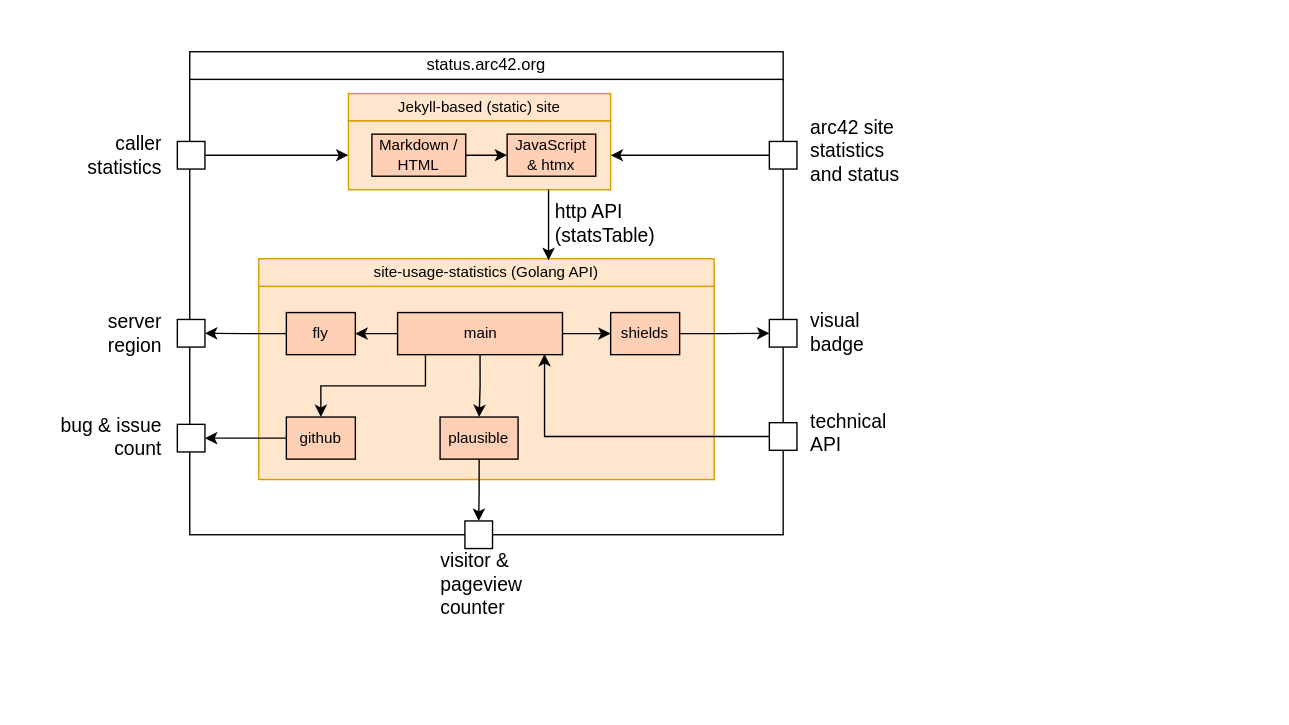
Earlier version of the draw.io diagram docs/5-building-blocks-status-arc42-org.drawio (arc42/status.arc42.org-site). Source tidied: cells renumbered, new cells numbered last; positions are measured from the earlier drawing's top-left corner, leaving out a move shared by most shapes. Both pictures are drawn from the tidied source at 138%, with x=0, y=0 at pixel (23, 23). Pictures stored in the file or linked from it are replaced by grey dashed boxes.
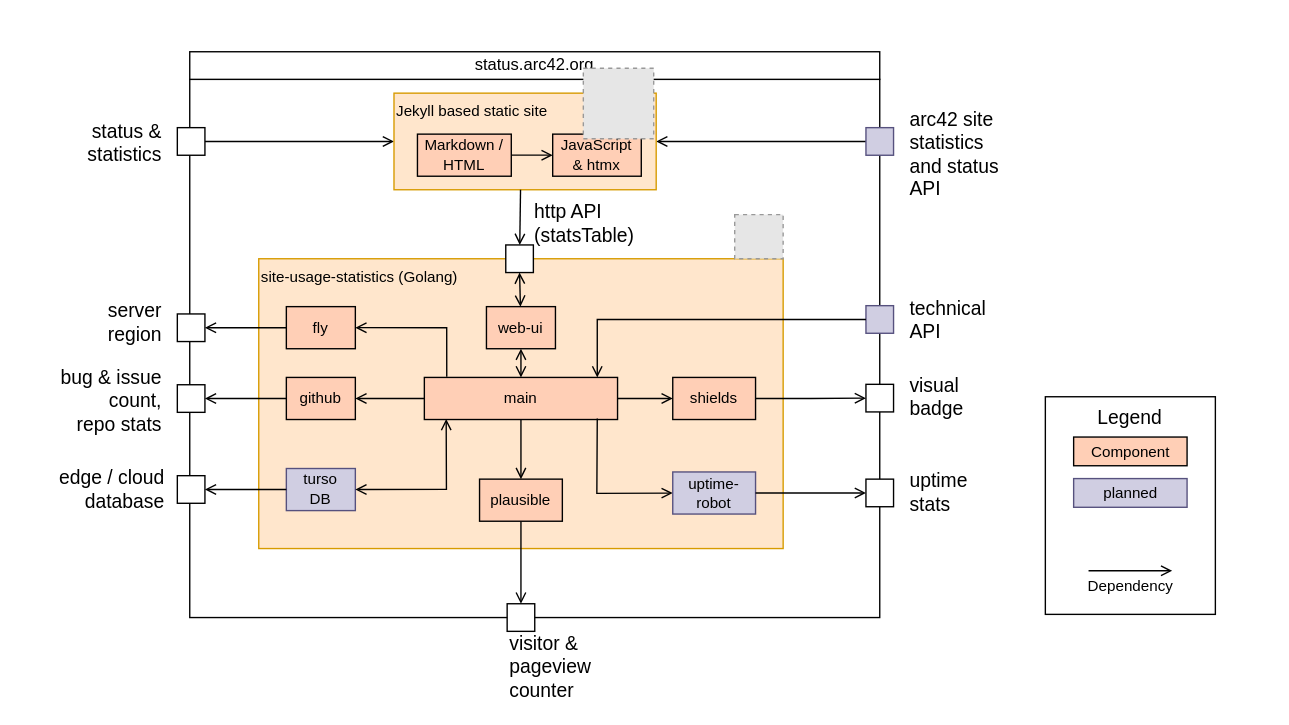
The same diagram, later.

The edit, as a diff of the source:
```diff
@@
     <mxCell id="2" style="rounded=0;whiteSpace=wrap;html=1;strokeColor=none;" parent="1" vertex="1">
-      <mxGeometry width="640" height="440" as="geometry" />
+      <mxGeometry x="20" width="880" height="440" as="geometry" />
     </mxCell>
     <mxCell id="3" style="rounded=0;whiteSpace=wrap;html=1;" parent="1" vertex="1">
-      <mxGeometry x="120" y="40" width="430" height="330" as="geometry" />
+      <mxGeometry x="120" y="40" width="500" height="390" as="geometry" />
     </mxCell>
     <mxCell id="4" style="whiteSpace=wrap;html=1;" parent="1" vertex="1">
-      <mxGeometry x="540" y="214" width="20" height="20" as="geometry" />
+      <mxGeometry x="610" y="261" width="20" height="20" as="geometry" />
     </mxCell>
-    <mxCell id="5" style="edgeStyle=orthogonalEdgeStyle;rounded=0;jettySize=auto;html=1;" parent="1" edge="1" source="6" target="17">
+    <mxCell id="5" style="rounded=0;jettySize=auto;html=1;endArrow=open;endFill=0;entryX=1;entryY=0.5;entryDx=0;entryDy=0;" parent="1" edge="1" source="6" target="17">
       <mxGeometry relative="1" as="geometry" />
     </mxCell>
-    <mxCell id="6" style="whiteSpace=wrap;html=1;" parent="1" vertex="1">
-      <mxGeometry x="540" y="85" width="20" height="20" as="geometry" />
+    <mxCell id="6" style="whiteSpace=wrap;html=1;fillColor=#d0cee2;strokeColor=#56517e;" parent="1" vertex="1">
+      <mxGeometry x="610" y="75" width="20" height="20" as="geometry" />
     </mxCell>
     <mxCell id="7" style="whiteSpace=wrap;html=1;" parent="1" vertex="1">
-      <mxGeometry x="111" y="290" width="20" height="20" as="geometry" />
+      <mxGeometry x="111" y="261.3" width="20" height="20" as="geometry" />
     </mxCell>
     <mxCell id="8" style="whiteSpace=wrap;html=1;" parent="1" vertex="1">
-      <mxGeometry x="111" y="214" width="20" height="20" as="geometry" />
+      <mxGeometry x="111" y="210" width="20" height="20" as="geometry" />
     </mxCell>
-    <mxCell id="9" value="&lt;font style=&quot;font-size: 14px;&quot;&gt;bug &amp;amp; issue&lt;br&gt;count&lt;br&gt;&lt;/font&gt;" style="text;html=1;strokeColor=none;fillColor=none;align=right;verticalAlign=middle;whiteSpace=wrap;rounded=0;fontSize=14;fontFamily=Mark Pro;" parent="1" vertex="1">
-      <mxGeometry x="10" y="284.7" width="91.6" height="28" as="geometry" />
+    <mxCell id="9" value="&lt;font style=&quot;font-size: 14px;&quot;&gt;bug &amp;amp; issue&lt;br&gt;count,&lt;br&gt;repo stats&lt;br&gt;&lt;/font&gt;" style="text;html=1;strokeColor=none;fillColor=none;align=right;verticalAlign=middle;whiteSpace=wrap;rounded=0;fontSize=14;fontFamily=Mark Pro;" parent="1" vertex="1">
+      <mxGeometry x="10" y="258.5" width="91.6" height="28" as="geometry" />
     </mxCell>
     <mxCell id="10" value="&lt;font style=&quot;font-size: 14px;&quot;&gt;server&lt;br&gt;region&lt;br&gt;&lt;/font&gt;" style="text;html=1;strokeColor=none;fillColor=none;align=right;verticalAlign=middle;whiteSpace=wrap;rounded=0;fontSize=14;fontFamily=Mark Pro;" parent="1" vertex="1">
-      <mxGeometry x="40" y="210" width="61.6" height="28" as="geometry" />
+      <mxGeometry x="40" y="202" width="61.6" height="28" as="geometry" />
     </mxCell>
     <mxCell id="11" value="&lt;font style=&quot;font-size: 14px;&quot;&gt;visual&lt;br&gt;badge&lt;br&gt;&lt;/font&gt;" style="text;html=1;strokeColor=none;fillColor=none;align=left;verticalAlign=middle;whiteSpace=wrap;rounded=0;fontSize=14;fontFamily=Mark Pro;" parent="1" vertex="1">
-      <mxGeometry x="568.4" y="209" width="61.6" height="28" as="geometry" />
+      <mxGeometry x="640" y="256" width="61.6" height="28" as="geometry" />
     </mxCell>
     <mxCell id="12" value="&lt;font style=&quot;font-size: 14px;&quot;&gt;visitor &amp;amp;&lt;br&gt;pageview&amp;nbsp;&lt;br&gt;counter&lt;br&gt;&lt;/font&gt;" style="text;html=1;strokeColor=none;fillColor=none;align=left;verticalAlign=middle;whiteSpace=wrap;rounded=0;fontSize=14;fontFamily=Mark Pro;" parent="1" vertex="1">
-      <mxGeometry x="300" y="392" width="91.6" height="28" as="geometry" />
+      <mxGeometry x="350" y="452" width="91.6" height="28" as="geometry" />
     </mxCell>
-    <mxCell id="13" style="edgeStyle=orthogonalEdgeStyle;rounded=0;jettySize=auto;html=1;" parent="1" edge="1" source="14" target="17">
+    <mxCell id="13" style="rounded=0;jettySize=auto;html=1;endArrow=open;endFill=0;" parent="1" edge="1" source="14" target="17">
       <mxGeometry relative="1" as="geometry" />
     </mxCell>
     <mxCell id="14" style="whiteSpace=wrap;html=1;" parent="1" vertex="1">
-      <mxGeometry x="111" y="85" width="20" height="20" as="geometry" />
+      <mxGeometry x="111" y="75" width="20" height="20" as="geometry" />
     </mxCell>
-    <mxCell id="15" value="&lt;font style=&quot;font-size: 14px;&quot;&gt;caller&lt;br&gt;statistics&lt;br&gt;&lt;/font&gt;" style="text;html=1;strokeColor=none;fillColor=none;align=right;verticalAlign=middle;whiteSpace=wrap;rounded=0;fontSize=14;fontFamily=Mark Pro;" parent="1" vertex="1">
-      <mxGeometry x="10" y="81" width="91.6" height="28" as="geometry" />
+    <mxCell id="15" value="&lt;font style=&quot;font-size: 14px;&quot;&gt;status &amp;amp;&lt;br&gt;statistics&lt;br&gt;&lt;/font&gt;" style="text;html=1;strokeColor=none;fillColor=none;align=right;verticalAlign=middle;whiteSpace=wrap;rounded=0;fontSize=14;fontFamily=Mark Pro;" parent="1" vertex="1">
+      <mxGeometry x="10" y="66" width="91.6" height="39" as="geometry" />
     </mxCell>
-    <mxCell id="16" value="&lt;font style=&quot;font-size: 14px;&quot;&gt;arc42 site statistics&lt;br&gt;and status&lt;br&gt;&lt;br&gt;&lt;/font&gt;" style="text;html=1;strokeColor=none;fillColor=none;align=left;verticalAlign=middle;whiteSpace=wrap;rounded=0;fontSize=14;fontFamily=Mark Pro;" parent="1" vertex="1">
-      <mxGeometry x="568.4" y="85.8" width="91.6" height="28" as="geometry" />
+    <mxCell id="16" value="&lt;font style=&quot;font-size: 14px;&quot;&gt;arc42 site statistics&lt;br&gt;and status&lt;br&gt;API&lt;br&gt;&lt;/font&gt;" style="text;html=1;strokeColor=none;fillColor=none;align=left;verticalAlign=middle;whiteSpace=wrap;rounded=0;fontSize=14;fontFamily=Mark Pro;" parent="1" vertex="1">
+      <mxGeometry x="640" y="79.7" width="91.6" height="28" as="geometry" />
     </mxCell>
-    <mxCell id="17" style="rounded=0;whiteSpace=wrap;html=1;fontFamily=Mark Pro;fontSize=11;fillColor=#ffe6cc;strokeColor=#d79b00;" parent="1" vertex="1">
-      <mxGeometry x="235" y="70" width="190" height="50" as="geometry" />
+    <mxCell id="17" value="Jekyll based static site" style="rounded=0;whiteSpace=wrap;html=1;fontFamily=Mark Pro;fontSize=11;fillColor=#ffe6cc;strokeColor=#d79b00;align=left;verticalAlign=top;" parent="1" vertex="1">
+      <mxGeometry x="268" y="50" width="190" height="70" as="geometry" />
     </mxCell>
     <mxCell id="18" value="status.arc42.org" style="rounded=0;whiteSpace=wrap;html=1;" parent="1" vertex="1">
-      <mxGeometry x="120" y="20" width="430" height="20" as="geometry" />
+      <mxGeometry x="120" y="20" width="500" height="20" as="geometry" />
     </mxCell>
-    <mxCell id="19" style="rounded=0;whiteSpace=wrap;html=1;fontFamily=Mark Pro;fontSize=11;fillColor=#ffe6cc;strokeColor=#d79b00;" parent="1" vertex="1">
-      <mxGeometry x="170" y="190" width="330" height="140" as="geometry" />
+    <mxCell id="19" value="site-usage-statistics (Golang)" style="rounded=0;whiteSpace=wrap;html=1;fontFamily=Mark Pro;fontSize=11;fillColor=#ffe6cc;strokeColor=#d79b00;verticalAlign=top;align=left;" parent="1" vertex="1">
+      <mxGeometry x="170" y="170" width="380" height="210" as="geometry" />
     </mxCell>
-    <mxCell id="20" style="edgeStyle=orthogonalEdgeStyle;rounded=0;jettySize=auto;html=1;entryX=0.5;entryY=0;entryDx=0;entryDy=0;" parent="1" edge="1" source="21" target="33">
+    <mxCell id="20" style="rounded=0;jettySize=auto;html=1;entryX=0.5;entryY=0;entryDx=0;entryDy=0;endArrow=open;endFill=0;" parent="1" edge="1" source="21" target="33">
       <mxGeometry relative="1" as="geometry" />
     </mxCell>
     <mxCell id="21" value="plausible" style="rounded=0;whiteSpace=wrap;html=1;fontFamily=Mark Pro;fontSize=11;fillColor=#FFCFB6;" parent="1" vertex="1">
-      <mxGeometry x="301.4" y="284.7" width="56.5" height="30.5" as="geometry" />
+      <mxGeometry x="330" y="329.7" width="60" height="30.5" as="geometry" />
     </mxCell>
-    <mxCell id="22" value="site-usage-statistics (Golang API)" style="rounded=0;whiteSpace=wrap;html=1;fontFamily=Mark Pro;fontSize=11;fillColor=#ffe6cc;strokeColor=#d79b00;" parent="1" vertex="1">
-      <mxGeometry x="170" y="170" width="330" height="20" as="geometry" />
-    </mxCell>
-    <mxCell id="23" style="edgeStyle=orthogonalEdgeStyle;rounded=0;jettySize=auto;html=1;" parent="1" edge="1" source="17">
+    <mxCell id="23" style="rounded=0;jettySize=auto;html=1;endArrow=open;endFill=0;" parent="1" edge="1" source="66">
       <mxGeometry relative="1" as="geometry">
-        <mxPoint x="380" y="171" as="targetPoint" />
-        <Array as="points">
-          <mxPoint x="380" y="171" />
-        </Array>
+        <mxPoint x="359.6" y="171" as="targetPoint" />
       </mxGeometry>
     </mxCell>
     <mxCell id="24" value="&lt;font style=&quot;font-size: 14px;&quot;&gt;http API&lt;br&gt;(statsTable)&lt;br&gt;&lt;/font&gt;" style="text;html=1;strokeColor=none;fillColor=none;align=left;verticalAlign=middle;whiteSpace=wrap;rounded=0;fontSize=14;fontFamily=Mark Pro;" parent="1" vertex="1">
-      <mxGeometry x="383.4" y="130" width="91.6" height="28" as="geometry" />
+      <mxGeometry x="368.4" y="130" width="91.6" height="28" as="geometry" />
     </mxCell>
-    <mxCell id="25" style="edgeStyle=orthogonalEdgeStyle;rounded=0;jettySize=auto;html=1;entryX=1;entryY=0.5;entryDx=0;entryDy=0;" parent="1" edge="1" source="26" target="7">
+    <mxCell id="25" style="edgeStyle=orthogonalEdgeStyle;rounded=0;jettySize=auto;html=1;entryX=1;entryY=0.5;entryDx=0;entryDy=0;endArrow=open;endFill=0;" parent="1" edge="1" source="26" target="7">
       <mxGeometry relative="1" as="geometry" />
     </mxCell>
     <mxCell id="26" value="github" style="rounded=0;whiteSpace=wrap;html=1;fontFamily=Mark Pro;fontSize=11;fillColor=#FFCFB6;" parent="1" vertex="1">
-      <mxGeometry x="190" y="284.7" width="50" height="30.5" as="geometry" />
+      <mxGeometry x="190" y="256" width="50" height="30.5" as="geometry" />
     </mxCell>
-    <mxCell id="27" style="edgeStyle=orthogonalEdgeStyle;rounded=0;jettySize=auto;html=1;" parent="1" edge="1" source="30" target="32">
+    <mxCell id="27" style="rounded=0;jettySize=auto;html=1;exitX=0.116;exitY=-0.016;exitDx=0;exitDy=0;exitPerimeter=0;entryX=1;entryY=0.5;entryDx=0;entryDy=0;edgeStyle=orthogonalEdgeStyle;endArrow=open;endFill=0;" parent="1" edge="1" source="30" target="32">
       <mxGeometry relative="1" as="geometry" />
     </mxCell>
-    <mxCell id="28" style="edgeStyle=orthogonalEdgeStyle;rounded=0;jettySize=auto;html=1;exitX=0.5;exitY=1;exitDx=0;exitDy=0;" parent="1" edge="1" source="30" target="21">
+    <mxCell id="28" style="edgeStyle=orthogonalEdgeStyle;rounded=0;jettySize=auto;html=1;exitX=0.5;exitY=1;exitDx=0;exitDy=0;endArrow=open;endFill=0;" parent="1" edge="1" source="30" target="21">
       <mxGeometry relative="1" as="geometry" />
     </mxCell>
-    <mxCell id="29" style="edgeStyle=orthogonalEdgeStyle;rounded=0;jettySize=auto;html=1;entryX=0;entryY=0.5;entryDx=0;entryDy=0;" parent="1" edge="1" source="30" target="36">
+    <mxCell id="29" style="edgeStyle=orthogonalEdgeStyle;rounded=0;jettySize=auto;html=1;entryX=0;entryY=0.5;entryDx=0;entryDy=0;endArrow=open;endFill=0;" parent="1" edge="1" source="30" target="36">
       <mxGeometry relative="1" as="geometry" />
     </mxCell>
     <mxCell id="30" value="main" style="rounded=0;whiteSpace=wrap;html=1;fontFamily=Mark Pro;fontSize=11;fillColor=#FFCFB6;" parent="1" vertex="1">
-      <mxGeometry x="270.6" y="209" width="119.5" height="30.5" as="geometry" />
+      <mxGeometry x="290" y="256" width="140" height="30.5" as="geometry" />
     </mxCell>
-    <mxCell id="31" style="edgeStyle=orthogonalEdgeStyle;rounded=0;jettySize=auto;html=1;" parent="1" edge="1" source="32" target="8">
+    <mxCell id="31" style="edgeStyle=orthogonalEdgeStyle;rounded=0;jettySize=auto;html=1;endArrow=open;endFill=0;" parent="1" edge="1" source="32" target="8">
       <mxGeometry relative="1" as="geometry" />
     </mxCell>
     <mxCell id="32" value="fly" style="rounded=0;whiteSpace=wrap;html=1;fontFamily=Mark Pro;fontSize=11;fillColor=#FFCFB6;" parent="1" vertex="1">
-      <mxGeometry x="190" y="209" width="50" height="30.5" as="geometry" />
+      <mxGeometry x="190" y="204.7" width="50" height="30.5" as="geometry" />
     </mxCell>
     <mxCell id="33" style="whiteSpace=wrap;html=1;" parent="1" vertex="1">
-      <mxGeometry x="319.4" y="360" width="20" height="20" as="geometry" />
+      <mxGeometry x="350" y="420" width="20" height="20" as="geometry" />
     </mxCell>
-    <mxCell id="34" style="edgeStyle=orthogonalEdgeStyle;rounded=0;jettySize=auto;html=1;exitX=0.169;exitY=1.013;exitDx=0;exitDy=0;exitPerimeter=0;entryX=0.5;entryY=0;entryDx=0;entryDy=0;" parent="1" edge="1" source="30" target="26">
+    <mxCell id="34" style="rounded=0;jettySize=auto;html=1;exitX=0;exitY=0.5;exitDx=0;exitDy=0;entryX=1;entryY=0.5;entryDx=0;entryDy=0;endArrow=open;endFill=0;" parent="1" edge="1" source="30" target="26">
       <mxGeometry relative="1" as="geometry" />
     </mxCell>
-    <mxCell id="35" style="edgeStyle=orthogonalEdgeStyle;rounded=0;jettySize=auto;html=1;entryX=0;entryY=0.5;entryDx=0;entryDy=0;" parent="1" edge="1" source="36" target="4">
+    <mxCell id="35" style="edgeStyle=orthogonalEdgeStyle;rounded=0;jettySize=auto;html=1;entryX=0;entryY=0.5;entryDx=0;entryDy=0;endArrow=open;endFill=0;" parent="1" edge="1" source="36" target="4">
       <mxGeometry relative="1" as="geometry" />
     </mxCell>
     <mxCell id="36" value="shields" style="rounded=0;whiteSpace=wrap;html=1;fontFamily=Mark Pro;fontSize=11;fillColor=#FFCFB6;" parent="1" vertex="1">
-      <mxGeometry x="425" y="209" width="50" height="30.5" as="geometry" />
+      <mxGeometry x="470" y="256" width="60" height="30.5" as="geometry" />
     </mxCell>
-    <mxCell id="37" style="whiteSpace=wrap;html=1;" parent="1" vertex="1">
-      <mxGeometry x="540" y="288.8" width="20" height="20" as="geometry" />
+    <mxCell id="37" style="whiteSpace=wrap;html=1;fillColor=#d0cee2;strokeColor=#56517e;" parent="1" vertex="1">
+      <mxGeometry x="610" y="204" width="20" height="20" as="geometry" />
     </mxCell>
     <mxCell id="38" value="&lt;font style=&quot;font-size: 14px;&quot;&gt;technical&lt;br&gt;API&lt;br&gt;&lt;/font&gt;" style="text;html=1;strokeColor=none;fillColor=none;align=left;verticalAlign=middle;whiteSpace=wrap;rounded=0;fontSize=14;fontFamily=Mark Pro;" parent="1" vertex="1">
-      <mxGeometry x="568.4" y="282" width="61.6" height="28" as="geometry" />
+      <mxGeometry x="640" y="200" width="61.6" height="28" as="geometry" />
     </mxCell>
-    <mxCell id="39" style="edgeStyle=orthogonalEdgeStyle;rounded=0;jettySize=auto;html=1;entryX=0.891;entryY=0.983;entryDx=0;entryDy=0;entryPerimeter=0;" parent="1" edge="1" source="37" target="30">
+    <mxCell id="39" style="edgeStyle=orthogonalEdgeStyle;rounded=0;jettySize=auto;html=1;entryX=0.895;entryY=0;entryDx=0;entryDy=0;entryPerimeter=0;endArrow=open;endFill=0;" parent="1" edge="1" source="37" target="30">
       <mxGeometry relative="1" as="geometry" />
     </mxCell>
     <mxCell id="40" value="JavaScript&lt;br&gt;&amp;amp; htmx" style="rounded=0;whiteSpace=wrap;html=1;fontFamily=Mark Pro;fontSize=11;fillColor=#FFCFB6;" parent="1" vertex="1">
-      <mxGeometry x="350" y="79.7" width="64.2" height="30.5" as="geometry" />
+      <mxGeometry x="383" y="79.7" width="64.2" height="30.5" as="geometry" />
     </mxCell>
-    <mxCell id="41" style="edgeStyle=orthogonalEdgeStyle;rounded=0;jettySize=auto;html=1;" parent="1" edge="1" source="42" target="40">
+    <mxCell id="41" style="rounded=0;jettySize=auto;html=1;endArrow=open;endFill=0;" parent="1" edge="1" source="42" target="40">
       <mxGeometry relative="1" as="geometry" />
     </mxCell>
     <mxCell id="42" value="Markdown / HTML" style="rounded=0;whiteSpace=wrap;html=1;fontFamily=Mark Pro;fontSize=11;fillColor=#FFCFB6;" parent="1" vertex="1">
-      <mxGeometry x="252" y="79.7" width="68" height="30.5" as="geometry" />
+      <mxGeometry x="285" y="79.7" width="68" height="30.5" as="geometry" />
     </mxCell>
-    <mxCell id="43" value="Jekyll-based (static) site" style="rounded=0;whiteSpace=wrap;html=1;fontFamily=Mark Pro;fontSize=11;fillColor=#ffe6cc;strokeColor=#d79b00;" parent="1" vertex="1">
-      <mxGeometry x="235" y="50.3" width="190" height="19.7" as="geometry" />
-    </mxCell>
+    <mxCell id="44" style="rounded=0;jettySize=auto;html=1;endArrow=open;endFill=0;exitX=0.895;exitY=0.973;exitDx=0;exitDy=0;exitPerimeter=0;" parent="1" edge="1" source="30" target="45">
+      <mxGeometry relative="1" as="geometry">
+        <Array as="points">
+          <mxPoint x="415" y="340" />
+        </Array>
+      </mxGeometry>
+    </mxCell>
+    <mxCell id="45" value="uptime-&lt;br&gt;robot" style="rounded=0;whiteSpace=wrap;html=1;fontFamily=Mark Pro;fontSize=11;fillColor=#d0cee2;strokeColor=#56517e;" parent="1" vertex="1">
+      <mxGeometry x="470" y="324.5" width="60" height="30.5" as="geometry" />
+    </mxCell>
+    <mxCell id="46" style="whiteSpace=wrap;html=1;" parent="1" vertex="1">
+      <mxGeometry x="610" y="329.7" width="20" height="20" as="geometry" />
+    </mxCell>
+    <mxCell id="47" value="&lt;font style=&quot;font-size: 14px;&quot;&gt;uptime&lt;br&gt;stats&lt;br&gt;&lt;/font&gt;" style="text;html=1;strokeColor=none;fillColor=none;align=left;verticalAlign=middle;whiteSpace=wrap;rounded=0;fontSize=14;fontFamily=Mark Pro;" parent="1" vertex="1">
+      <mxGeometry x="640" y="324.5" width="91.6" height="28" as="geometry" />
+    </mxCell>
+    <mxCell id="48" style="rounded=0;jettySize=auto;html=1;entryX=0;entryY=0.5;entryDx=0;entryDy=0;exitX=1;exitY=0.5;exitDx=0;exitDy=0;endArrow=open;endFill=0;" parent="1" edge="1" source="45" target="46">
+      <mxGeometry relative="1" as="geometry" />
+    </mxCell>
+    <mxCell id="49" value="turso&lt;br&gt;DB" style="rounded=0;whiteSpace=wrap;html=1;fontFamily=Mark Pro;fontSize=11;fillColor=#d0cee2;strokeColor=#56517e;" parent="1" vertex="1">
+      <mxGeometry x="190" y="322" width="50" height="30.5" as="geometry" />
+    </mxCell>
+    <mxCell id="50" style="rounded=0;jettySize=auto;html=1;exitX=0.113;exitY=0.987;exitDx=0;exitDy=0;entryX=1;entryY=0.5;entryDx=0;entryDy=0;exitPerimeter=0;startArrow=open;startFill=0;endArrow=open;endFill=0;" parent="1" edge="1" source="30" target="49">
+      <mxGeometry relative="1" as="geometry">
+        <Array as="points">
+          <mxPoint x="306" y="337" />
+        </Array>
+      </mxGeometry>
+    </mxCell>
+    <mxCell id="51" style="whiteSpace=wrap;html=1;" parent="1" vertex="1">
+      <mxGeometry x="111" y="327.2" width="20" height="20" as="geometry" />
+    </mxCell>
+    <mxCell id="52" style="rounded=0;jettySize=auto;html=1;entryX=1;entryY=0.5;entryDx=0;entryDy=0;endArrow=open;endFill=0;" parent="1" edge="1" source="49" target="51">
+      <mxGeometry relative="1" as="geometry" />
+    </mxCell>
+    <mxCell id="53" value="&lt;font style=&quot;font-size: 14px;&quot;&gt;edge / cloud&lt;br&gt;database&lt;br&gt;&lt;/font&gt;" style="text;html=1;strokeColor=none;fillColor=none;align=right;verticalAlign=middle;whiteSpace=wrap;rounded=0;fontSize=14;fontFamily=Mark Pro;" parent="1" vertex="1">
+      <mxGeometry x="12" y="317.7" width="91.6" height="38.3" as="geometry" />
+    </mxCell>
+    <mxCell id="54" style="rounded=0;jettySize=auto;html=1;entryX=0.5;entryY=1;entryDx=0;entryDy=0;startArrow=open;startFill=0;endArrow=open;endFill=0;" parent="1" edge="1" source="55" target="66">
+      <mxGeometry relative="1" as="geometry" />
+    </mxCell>
+    <mxCell id="55" value="web-ui" style="rounded=0;whiteSpace=wrap;html=1;fontFamily=Mark Pro;fontSize=11;fillColor=#FFCFB6;" parent="1" vertex="1">
+      <mxGeometry x="335" y="204.7" width="50" height="30.5" as="geometry" />
+    </mxCell>
+    <mxCell id="56" style="edgeStyle=orthogonalEdgeStyle;rounded=0;jettySize=auto;html=1;exitX=0.5;exitY=0;exitDx=0;exitDy=0;endArrow=open;endFill=0;entryX=0.5;entryY=1;entryDx=0;entryDy=0;startArrow=open;startFill=0;" parent="1" edge="1" source="30" target="55">
+      <mxGeometry relative="1" as="geometry" />
+    </mxCell>
+    <mxCell id="57" style="fillColor=#E6E6E6;strokeColor=#999999;dashed=1;verticalLabelPosition=bottom;labelBackgroundColor=default;verticalAlign=top;" parent="1" vertex="1">
+      <mxGeometry x="514.9" y="138" width="35.1" height="32" as="geometry" />
+    </mxCell>
+    <mxCell id="58" style="fillColor=#E6E6E6;strokeColor=#999999;dashed=1;verticalLabelPosition=bottom;labelBackgroundColor=default;verticalAlign=top;" parent="1" vertex="1">
+      <mxGeometry x="405.2" y="32" width="51" height="51" as="geometry" />
+    </mxCell>
+    <mxCell id="59" value="Legend" style="rounded=0;whiteSpace=wrap;html=1;fontFamily=Mark Pro;fontSize=14;verticalAlign=top;" parent="1" vertex="1">
+      <mxGeometry x="740" y="270" width="123.2" height="157.7" as="geometry" />
+    </mxCell>
+    <mxCell id="60" value="Component" style="rounded=0;whiteSpace=wrap;html=1;fontFamily=Mark Pro;fontSize=11;fillColor=#FFCFB6;" parent="1" vertex="1">
+      <mxGeometry x="760.5" y="299.2" width="82.2" height="20.8" as="geometry" />
+    </mxCell>
+    <mxCell id="61" style="group;" parent="1" vertex="1">
+      <mxGeometry x="770.8" y="392" width="61.6" height="30.5" as="geometry" />
+    </mxCell>
+    <mxCell id="62" style="rounded=0;orthogonalLoop=1;jettySize=auto;html=1;fontFamily=Mark Pro;fontSize=16;endArrow=open;endFill=0;" parent="61" edge="1">
+      <mxGeometry relative="1" as="geometry">
+        <mxPoint x="0.5" y="4.1" as="sourcePoint" />
+        <mxPoint x="61.1" y="4.1" as="targetPoint" />
+      </mxGeometry>
+    </mxCell>
+    <mxCell id="63" value="Dependency" style="text;html=1;strokeColor=none;fillColor=none;align=center;verticalAlign=middle;whiteSpace=wrap;rounded=0;fontFamily=Mark Pro;fontSize=11;" parent="61" vertex="1">
+      <mxGeometry width="61.6" height="30.5" as="geometry" />
+    </mxCell>
+    <mxCell id="64" value="planned" style="rounded=0;whiteSpace=wrap;html=1;fontFamily=Mark Pro;fontSize=11;fillColor=#d0cee2;strokeColor=#56517e;" parent="1" vertex="1">
+      <mxGeometry x="760.5" y="329.3" width="82.2" height="20.8" as="geometry" />
+    </mxCell>
+    <mxCell id="65" style="rounded=0;jettySize=auto;html=1;endArrow=open;endFill=0;" parent="1" edge="1" target="66">
+      <mxGeometry relative="1" as="geometry">
+        <mxPoint x="359.7" y="120" as="sourcePoint" />
+      </mxGeometry>
+    </mxCell>
+    <mxCell id="66" style="whiteSpace=wrap;html=1;" parent="1" vertex="1">
+      <mxGeometry x="349" y="160" width="20" height="20" as="geometry" />
+    </mxCell>
```
